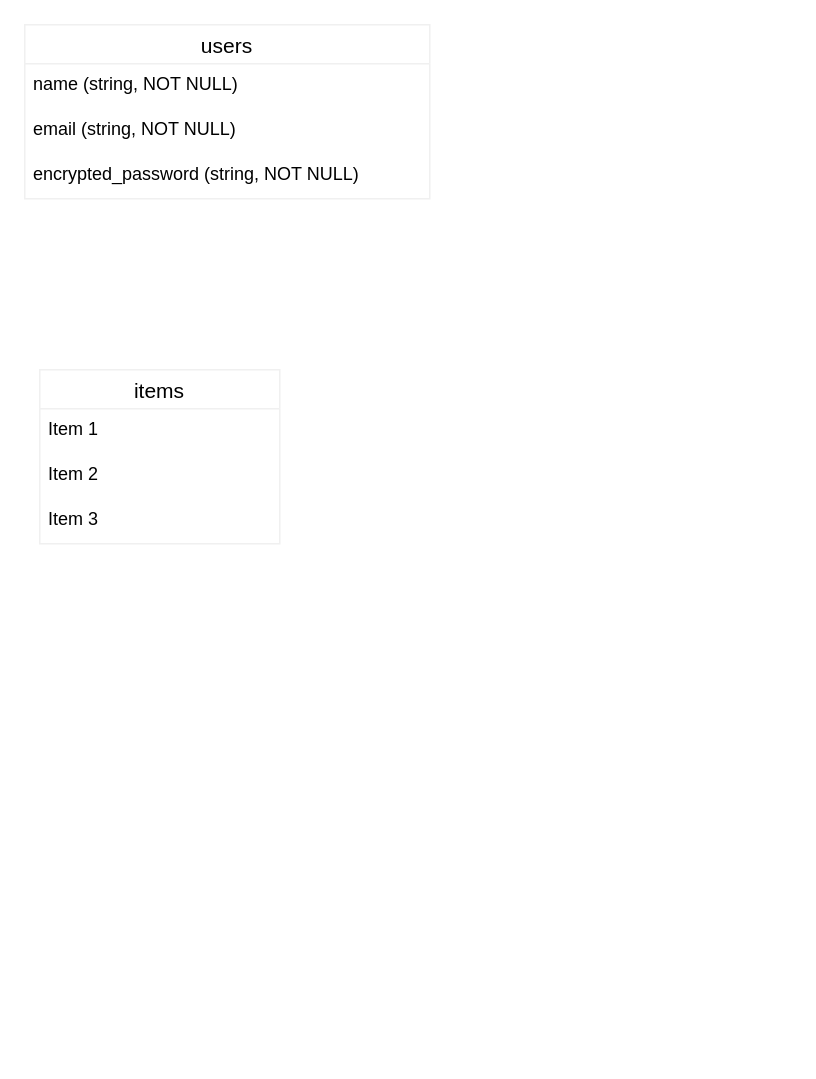
hadzuki89/furima-35955 keeps this draw.io diagram as furima-35955.dio. Above is the earlier version. Source tidied: cells renumbered, new cells numbered last; positions are measured from the earlier drawing's top-left corner, leaving out a move shared by most shapes. Both pictures are drawn from the tidied source at 150%, with x=0, y=0 at pixel (24, 24).
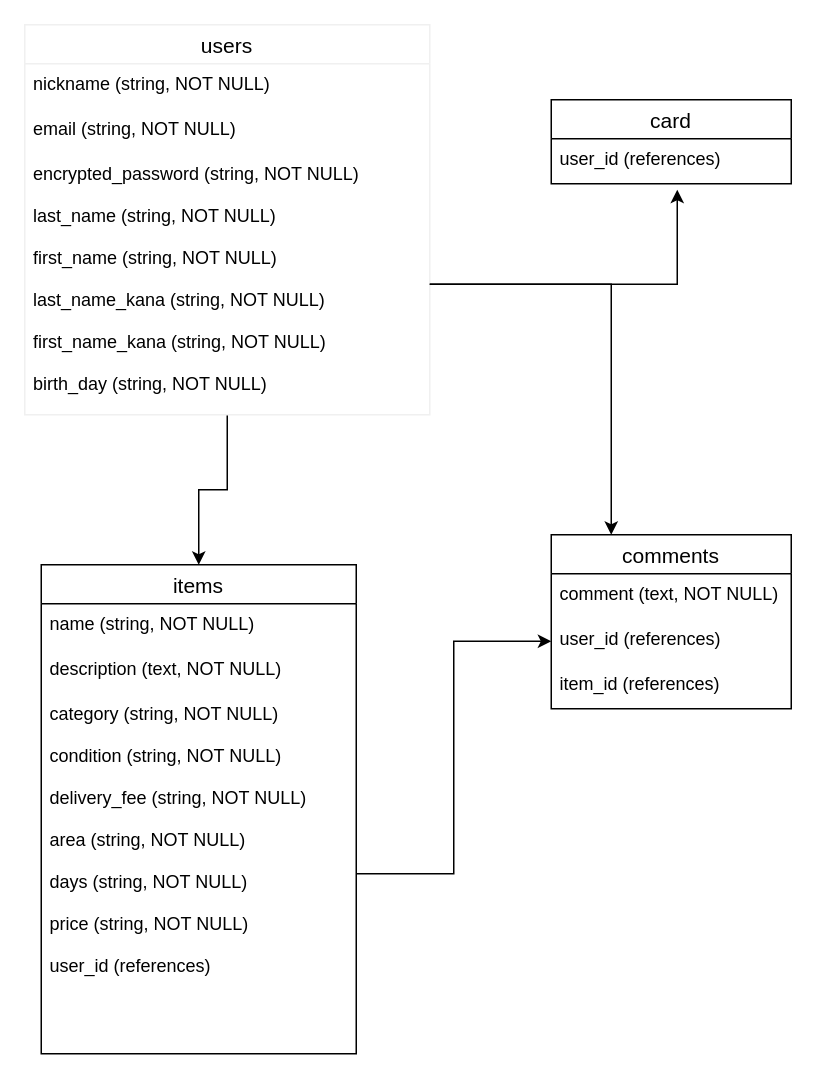
The same page after the edit.

Diff of the diagram source:
```diff
@@
+    <mxCell id="10" style="edgeStyle=orthogonalEdgeStyle;rounded=0;jettySize=auto;html=1;entryX=0.5;entryY=0;entryDx=0;entryDy=0;" parent="1" edge="1" source="2" target="9">
+      <mxGeometry relative="1" as="geometry" />
+    </mxCell>
     <mxCell id="2" value="users" style="swimlane;fontStyle=0;horizontal=1;startSize=26;align=center;fontSize=14;strokeColor=#f0f0f0;" parent="1" vertex="1">
-      <mxGeometry width="270" height="116" as="geometry" />
+      <mxGeometry width="270" height="260" as="geometry" />
     </mxCell>
-    <mxCell id="3" value="name (string, NOT NULL)" style="text;strokeColor=none;fillColor=none;spacingLeft=4;spacingRight=4;overflow=hidden;fontSize=12;" parent="2" vertex="1">
+    <mxCell id="3" value="nickname (string, NOT NULL)" style="text;strokeColor=none;fillColor=none;spacingLeft=4;spacingRight=4;overflow=hidden;fontSize=12;" parent="2" vertex="1">
       <mxGeometry y="26" width="270" height="30" as="geometry" />
     </mxCell>
@@
-    <mxCell id="5" value="encrypted_password (string, NOT NULL)" style="text;strokeColor=none;fillColor=none;spacingLeft=4;spacingRight=4;overflow=hidden;points=[[0,0.5],[1,0.5]];portConstraint=eastwest;fontSize=12;" parent="2" vertex="1">
-      <mxGeometry y="86" width="270" height="30" as="geometry" />
+    <mxCell id="5" value="encrypted_password (string, NOT NULL)&#10;&#10;last_name (string, NOT NULL)&#10;&#10;first_name (string, NOT NULL)&#10;&#10;last_name_kana (string, NOT NULL)&#10;&#10;first_name_kana (string, NOT NULL)&#10;&#10;birth_day (string, NOT NULL)&#10;&#10;" style="text;strokeColor=none;fillColor=none;spacingLeft=4;spacingRight=4;overflow=hidden;points=[[0,0.5],[1,0.5]];portConstraint=eastwest;fontSize=12;" parent="2" vertex="1">
+      <mxGeometry y="86" width="270" height="174" as="geometry" />
     </mxCell>
-    <mxCell id="6" value="items" style="swimlane;fontStyle=0;horizontal=1;startSize=26;align=center;fontSize=14;strokeColor=#f0f0f0;" parent="1" vertex="1">
-      <mxGeometry x="10" y="230" width="160" height="116" as="geometry" />
-    </mxCell>
-    <mxCell id="7" value="Item 1" style="text;strokeColor=none;fillColor=none;spacingLeft=4;spacingRight=4;overflow=hidden;fontSize=12;" parent="6" vertex="1">
-      <mxGeometry y="26" width="160" height="30" as="geometry" />
-    </mxCell>
-    <mxCell id="8" value="Item 2" style="text;strokeColor=none;fillColor=none;spacingLeft=4;spacingRight=4;overflow=hidden;fontSize=12;" parent="6" vertex="1">
-      <mxGeometry y="56" width="160" height="30" as="geometry" />
-    </mxCell>
-    <mxCell id="9" value="Item 3" style="text;strokeColor=none;fillColor=none;spacingLeft=4;spacingRight=4;overflow=hidden;points=[[0,0.5],[1,0.5]];portConstraint=eastwest;fontSize=12;" parent="6" vertex="1">
-      <mxGeometry y="86" width="160" height="30" as="geometry" />
+    <mxCell id="9" value="items" style="swimlane;fontStyle=0;horizontal=1;startSize=26;align=center;fontSize=14;" parent="1" vertex="1">
+      <mxGeometry x="11" y="360" width="210" height="326" as="geometry" />
     </mxCell>
+    <mxCell id="11" value="name (string, NOT NULL)" style="text;strokeColor=none;fillColor=none;spacingLeft=4;spacingRight=4;overflow=hidden;fontSize=12;" parent="9" vertex="1">
+      <mxGeometry y="26" width="210" height="30" as="geometry" />
+    </mxCell>
+    <mxCell id="12" value="description (text, NOT NULL)" style="text;strokeColor=none;fillColor=none;spacingLeft=4;spacingRight=4;overflow=hidden;fontSize=12;" parent="9" vertex="1">
+      <mxGeometry y="56" width="210" height="30" as="geometry" />
+    </mxCell>
+    <mxCell id="13" value="category (string, NOT NULL)&#10;&#10;condition (string, NOT NULL)&#10;&#10;delivery_fee (string, NOT NULL)&#10;&#10;area (string, NOT NULL)&#10;&#10;days (string, NOT NULL)&#10;&#10;price (string, NOT NULL)&#10;&#10;user_id (references)&#10;&#10;" style="text;strokeColor=none;fillColor=none;spacingLeft=4;spacingRight=4;overflow=hidden;points=[[0,0.5],[1,0.5]];portConstraint=eastwest;fontSize=12;" parent="9" vertex="1">
+      <mxGeometry y="86" width="210" height="240" as="geometry" />
+    </mxCell>
+    <mxCell id="14" value="comments" style="swimlane;fontStyle=0;horizontal=1;startSize=26;align=center;fontSize=14;" parent="1" vertex="1">
+      <mxGeometry x="351" y="340" width="160" height="116" as="geometry" />
+    </mxCell>
+    <mxCell id="15" value="comment (text, NOT NULL)" style="text;strokeColor=none;fillColor=none;spacingLeft=4;spacingRight=4;overflow=hidden;fontSize=12;" parent="14" vertex="1">
+      <mxGeometry y="26" width="160" height="30" as="geometry" />
+    </mxCell>
+    <mxCell id="16" value="user_id (references)" style="text;strokeColor=none;fillColor=none;spacingLeft=4;spacingRight=4;overflow=hidden;points=[[0,0.5],[1,0.5]];portConstraint=eastwest;fontSize=12;" parent="14" vertex="1">
+      <mxGeometry y="56" width="160" height="30" as="geometry" />
+    </mxCell>
+    <mxCell id="17" value="item_id (references)" style="text;strokeColor=none;fillColor=none;spacingLeft=4;spacingRight=4;overflow=hidden;fontSize=12;" parent="14" vertex="1">
+      <mxGeometry y="86" width="160" height="30" as="geometry" />
+    </mxCell>
+    <mxCell id="18" value="card" style="swimlane;fontStyle=0;horizontal=1;startSize=26;align=center;fontSize=14;" parent="1" vertex="1">
+      <mxGeometry x="351" y="50" width="160" height="56" as="geometry" />
+    </mxCell>
+    <mxCell id="19" value="user_id (references)" style="text;strokeColor=none;fillColor=none;spacingLeft=4;spacingRight=4;overflow=hidden;fontSize=12;" parent="18" vertex="1">
+      <mxGeometry y="26" width="160" height="30" as="geometry" />
+    </mxCell>
+    <mxCell id="20" style="edgeStyle=orthogonalEdgeStyle;rounded=0;jettySize=auto;html=1;" parent="1" edge="1" source="5">
+      <mxGeometry relative="1" as="geometry">
+        <mxPoint x="435" y="110" as="targetPoint" />
+        <Array as="points">
+          <mxPoint x="435" y="173" />
+        </Array>
+      </mxGeometry>
+    </mxCell>
+    <mxCell id="21" style="edgeStyle=orthogonalEdgeStyle;rounded=0;jettySize=auto;html=1;entryX=0.25;entryY=0;entryDx=0;entryDy=0;" parent="1" edge="1" source="5" target="14">
+      <mxGeometry relative="1" as="geometry" />
+    </mxCell>
+    <mxCell id="22" style="edgeStyle=orthogonalEdgeStyle;rounded=0;jettySize=auto;html=1;entryX=0;entryY=0.5;entryDx=0;entryDy=0;" parent="1" edge="1" source="13" target="16">
+      <mxGeometry relative="1" as="geometry" />
+    </mxCell>
```
